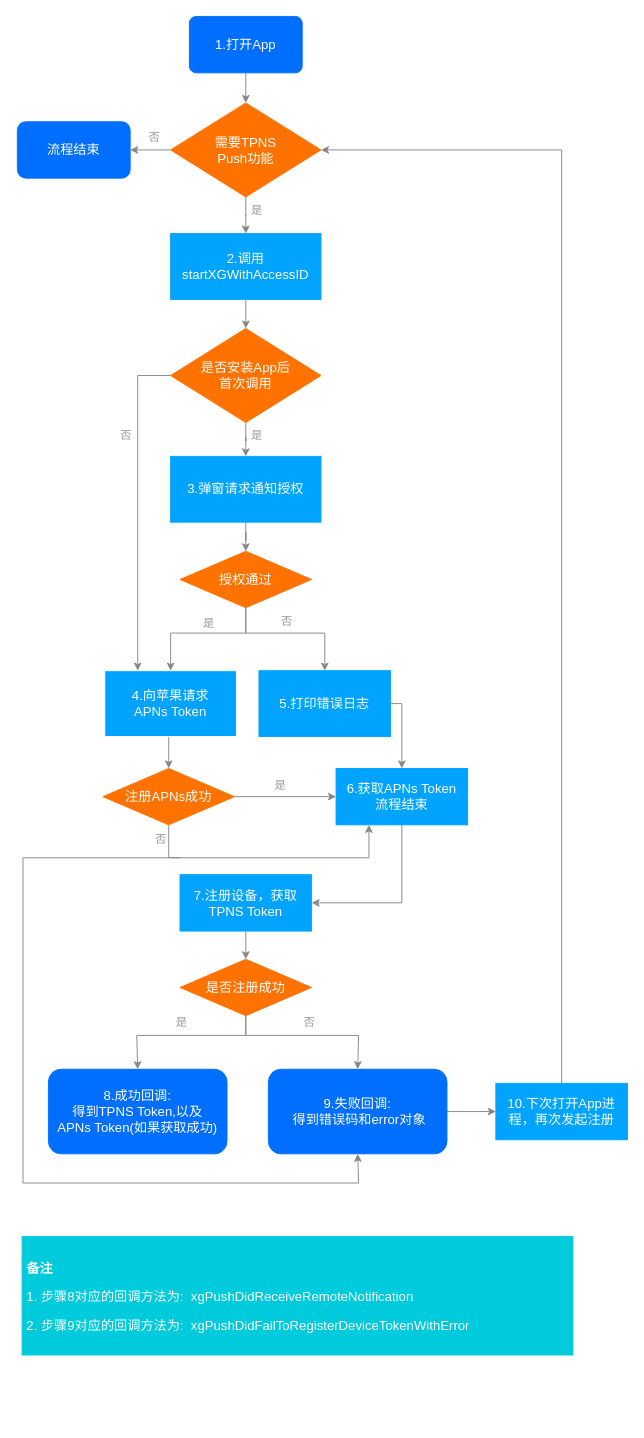
The draw.io diagram register.drawio in muyanbiao/tpnsFlowChart, before the edit. Source tidied: cells renumbered, new cells numbered last; positions are measured from the earlier drawing's top-left corner, leaving out a move shared by most shapes. Both pictures are drawn from the tidied source at 94%, with x=0, y=0 at pixel (17, 16).
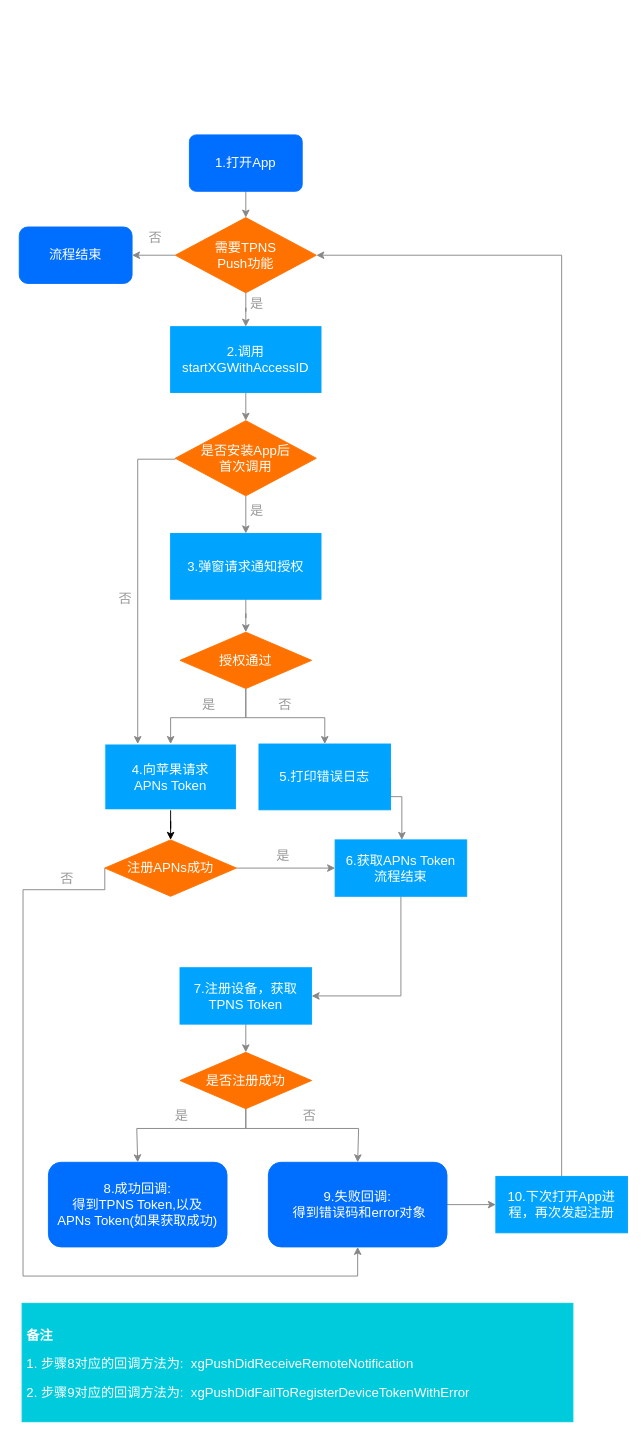
The same page after the edit.

What changed in the source:
```diff
@@
     <mxCell id="3" value="&lt;font face=&quot;helvetica&quot; style=&quot;font-size: 14px;&quot;&gt;1.打开App&lt;/font&gt;" style="rounded=1;whiteSpace=wrap;html=1;fillColor=#006EFF;strokeColor=#006EFF;fontColor=#FFFFFF;fontSize=14;rotation=0;arcSize=12;" parent="1" vertex="1">
-      <mxGeometry x="183" width="120" height="60" as="geometry" />
+      <mxGeometry x="183" y="126" width="120" height="60" as="geometry" />
     </mxCell>
@@
     <mxCell id="5" value="&lt;font face=&quot;helvetica&quot; style=&quot;font-size: 14px;&quot;&gt;&lt;font style=&quot;font-size: 14px;&quot;&gt;2.调用startXGWithAccessID&lt;/font&gt;&lt;br style=&quot;font-size: 14px;&quot;&gt;&lt;/font&gt;" style="rounded=0;whiteSpace=wrap;html=1;fillColor=#00A4FF;strokeColor=#00A4FF;fontColor=#FFFFFF;fontSize=14;" parent="1" vertex="1">
-      <mxGeometry x="163" y="231" width="160" height="70" as="geometry" />
+      <mxGeometry x="163" y="330" width="160" height="70" as="geometry" />
     </mxCell>
-    <mxCell id="6" value="是" style="text;html=1;strokeColor=none;fillColor=none;align=center;verticalAlign=middle;whiteSpace=wrap;rounded=0;fontColor=#999999;" parent="1" vertex="1">
-      <mxGeometry x="243" y="195" width="24" height="24" as="geometry" />
+    <mxCell id="6" value="是" style="text;html=1;strokeColor=none;fillColor=none;align=center;verticalAlign=middle;whiteSpace=wrap;rounded=0;fontColor=#999999;fontSize=14;" parent="1" vertex="1">
+      <mxGeometry x="243" y="294" width="24" height="24" as="geometry" />
     </mxCell>
@@
     <mxCell id="8" value="需要TPNS&lt;br&gt;Push功能" style="rhombus;whiteSpace=wrap;html=1;fontColor=#FFFFFF;fillColor=#FF7200;strokeColor=#FF7200;fontSize=14;" parent="1" vertex="1">
-      <mxGeometry x="163" y="92" width="160" height="100" as="geometry" />
+      <mxGeometry x="168" y="214" width="150" height="80" as="geometry" />
     </mxCell>
@@
     <mxCell id="11" style="edgeStyle=orthogonalEdgeStyle;rounded=0;jettySize=auto;html=1;exitX=0;exitY=0.5;exitDx=0;exitDy=0;entryX=0.25;entryY=0;entryDx=0;entryDy=0;strokeColor=#878787;" parent="1" edge="1" source="12" target="20">
       <mxGeometry relative="1" as="geometry">
         <Array as="points">
-          <mxPoint x="128" y="382" />
+          <mxPoint x="128" y="471" />
         </Array>
       </mxGeometry>
     </mxCell>
     <mxCell id="12" value="是否安装App后&lt;br&gt;首次调用" style="rhombus;whiteSpace=wrap;html=1;fillColor=#FF7200;strokeColor=#FF7200;fontColor=#FFFFFF;fontSize=14;" parent="1" vertex="1">
-      <mxGeometry x="163" y="332" width="160" height="100" as="geometry" />
+      <mxGeometry x="168" y="430" width="150" height="80" as="geometry" />
     </mxCell>
@@
     <mxCell id="14" value="3.弹窗请求通知授权" style="rounded=0;whiteSpace=wrap;html=1;fillColor=#00A4FF;strokeColor=#00A4FF;fontColor=#FFFFFF;fontSize=14;" parent="1" vertex="1">
-      <mxGeometry x="163" y="468" width="160" height="70" as="geometry" />
+      <mxGeometry x="163" y="550" width="160" height="70" as="geometry" />
     </mxCell>
-    <mxCell id="15" value="是" style="text;html=1;strokeColor=none;fillColor=none;align=center;verticalAlign=middle;whiteSpace=wrap;rounded=0;fontColor=#999999;" parent="1" vertex="1">
-      <mxGeometry x="243" y="434" width="24" height="24" as="geometry" />
+    <mxCell id="15" value="是" style="text;html=1;strokeColor=none;fillColor=none;align=center;verticalAlign=middle;whiteSpace=wrap;rounded=0;fontColor=#999999;fontSize=14;" parent="1" vertex="1">
+      <mxGeometry x="243" y="514" width="24" height="24" as="geometry" />
     </mxCell>
     <mxCell id="16" style="edgeStyle=orthogonalEdgeStyle;rounded=0;jettySize=auto;html=1;exitX=0.5;exitY=1;exitDx=0;exitDy=0;entryX=0.5;entryY=0;entryDx=0;entryDy=0;strokeColor=#878787;" parent="1" edge="1" source="18" target="20">
       <mxGeometry relative="1" as="geometry">
         <Array as="points">
-          <mxPoint x="243" y="656" />
-          <mxPoint x="163" y="656" />
+          <mxPoint x="243" y="746" />
+          <mxPoint x="163" y="746" />
         </Array>
       </mxGeometry>
     </mxCell>
     <mxCell id="17" style="edgeStyle=orthogonalEdgeStyle;rounded=0;jettySize=auto;html=1;exitX=0.5;exitY=1;exitDx=0;exitDy=0;entryX=0.5;entryY=0;entryDx=0;entryDy=0;strokeColor=#878787;" parent="1" edge="1" source="18" target="25">
       <mxGeometry relative="1" as="geometry">
         <Array as="points">
-          <mxPoint x="243" y="656" />
-          <mxPoint x="327" y="656" />
+          <mxPoint x="243" y="746" />
+          <mxPoint x="327" y="746" />
         </Array>
       </mxGeometry>
     </mxCell>
     <mxCell id="18" value="授权通过" style="rhombus;whiteSpace=wrap;html=1;fillColor=#FF7200;strokeColor=#FF7200;fontColor=#FFFFFF;fontSize=14;" parent="1" vertex="1">
-      <mxGeometry x="173" y="569" width="140" height="60" as="geometry" />
+      <mxGeometry x="173" y="655" width="140" height="60" as="geometry" />
     </mxCell>
-    <mxCell id="19" style="edgeStyle=orthogonalEdgeStyle;rounded=0;jettySize=auto;html=1;fontSize=14;fontColor=#FFFFFF;entryX=0.5;entryY=0;entryDx=0;entryDy=0;exitX=0.5;exitY=1;exitDx=0;exitDy=0;strokeColor=#878787;" parent="1" edge="1" source="20" target="43">
-      <mxGeometry relative="1" as="geometry">
-        <Array as="points">
-          <mxPoint x="161" y="766" />
-        </Array>
-      </mxGeometry>
+    <mxCell id="19" style="edgeStyle=orthogonalEdgeStyle;rounded=0;jettySize=auto;html=1;entryX=0.5;entryY=0;entryDx=0;entryDy=0;fontSize=14;" parent="1" edge="1" source="20" target="43">
+      <mxGeometry relative="1" as="geometry" />
     </mxCell>
     <mxCell id="20" value="4.向苹果请求&lt;br&gt;APNs Token" style="rounded=0;whiteSpace=wrap;html=1;fillColor=#00A4FF;strokeColor=#FFFFFF;fontColor=#FFFFFF;fontSize=14;" parent="1" vertex="1">
-      <mxGeometry x="93" y="696" width="140" height="70" as="geometry" />
+      <mxGeometry x="93" y="774" width="140" height="70" as="geometry" />
     </mxCell>
@@
     <mxCell id="22" value="7.注册设备，获取&lt;br&gt;TPNS Token" style="rounded=0;whiteSpace=wrap;html=1;fillColor=#00A4FF;strokeColor=#00A4FF;fontColor=#FFFFFF;fontSize=14;" parent="1" vertex="1">
-      <mxGeometry x="173" y="913" width="140" height="60" as="geometry" />
+      <mxGeometry x="173" y="1012" width="140" height="60" as="geometry" />
     </mxCell>
-    <mxCell id="23" value="是" style="text;html=1;strokeColor=none;fillColor=none;align=center;verticalAlign=middle;whiteSpace=wrap;rounded=0;fontColor=#999999;" parent="1" vertex="1">
-      <mxGeometry x="192" y="634" width="24" height="24" as="geometry" />
+    <mxCell id="23" value="是" style="text;html=1;strokeColor=none;fillColor=none;align=center;verticalAlign=middle;whiteSpace=wrap;rounded=0;fontColor=#999999;fontSize=14;" parent="1" vertex="1">
+      <mxGeometry x="192" y="720" width="24" height="24" as="geometry" />
     </mxCell>
     <mxCell id="24" style="edgeStyle=orthogonalEdgeStyle;rounded=0;jettySize=auto;html=1;exitX=1;exitY=0.5;exitDx=0;exitDy=0;strokeColor=#878787;" parent="1" edge="1" source="25" target="47">
       <mxGeometry relative="1" as="geometry">
         <Array as="points">
-          <mxPoint x="409" y="731" />
+          <mxPoint x="409" y="830" />
         </Array>
       </mxGeometry>
     </mxCell>
     <mxCell id="25" value="5.打印错误日志" style="rounded=0;whiteSpace=wrap;html=1;fillColor=#00A4FF;strokeColor=#00A4FF;fontColor=#FFFFFF;fontSize=14;" parent="1" vertex="1">
-      <mxGeometry x="257" y="696" width="140" height="70" as="geometry" />
+      <mxGeometry x="257" y="774" width="140" height="70" as="geometry" />
     </mxCell>
-    <mxCell id="26" value="否" style="text;html=1;strokeColor=none;fillColor=none;align=center;verticalAlign=middle;whiteSpace=wrap;rounded=0;fontColor=#999999;" parent="1" vertex="1">
-      <mxGeometry x="275" y="632" width="24" height="24" as="geometry" />
+    <mxCell id="26" value="否" style="text;html=1;strokeColor=none;fillColor=none;align=center;verticalAlign=middle;whiteSpace=wrap;rounded=0;fontColor=#999999;fontSize=14;" parent="1" vertex="1">
+      <mxGeometry x="273" y="720" width="24" height="24" as="geometry" />
     </mxCell>
-    <mxCell id="27" value="否" style="text;html=1;strokeColor=none;fillColor=none;align=center;verticalAlign=middle;whiteSpace=wrap;rounded=0;fontColor=#999999;" parent="1" vertex="1">
-      <mxGeometry x="104" y="434" width="24" height="24" as="geometry" />
+    <mxCell id="27" value="否" style="text;html=1;strokeColor=none;fillColor=none;align=center;verticalAlign=middle;whiteSpace=wrap;rounded=0;fontColor=#999999;fontSize=14;" parent="1" vertex="1">
+      <mxGeometry x="103" y="608" width="24" height="24" as="geometry" />
     </mxCell>
     <mxCell id="28" style="edgeStyle=orthogonalEdgeStyle;rounded=0;jettySize=auto;html=1;exitX=0.5;exitY=1;exitDx=0;exitDy=0;entryX=0.5;entryY=0;entryDx=0;entryDy=0;strokeColor=#878787;" parent="1" edge="1" source="30" target="31">
       <mxGeometry relative="1" as="geometry">
         <Array as="points">
-          <mxPoint x="243" y="1084" />
-          <mxPoint x="127" y="1084" />
+          <mxPoint x="243" y="1183" />
+          <mxPoint x="127" y="1183" />
         </Array>
       </mxGeometry>
     </mxCell>
     <mxCell id="29" style="edgeStyle=orthogonalEdgeStyle;rounded=0;jettySize=auto;html=1;exitX=0.5;exitY=1;exitDx=0;exitDy=0;entryX=0.5;entryY=0;entryDx=0;entryDy=0;strokeColor=#878787;" parent="1" edge="1" source="30" target="33">
       <mxGeometry relative="1" as="geometry">
         <Array as="points">
-          <mxPoint x="243" y="1084" />
-          <mxPoint x="363" y="1084" />
+          <mxPoint x="243" y="1183" />
+          <mxPoint x="363" y="1183" />
         </Array>
       </mxGeometry>
     </mxCell>
     <mxCell id="30" value="是否注册成功" style="rhombus;whiteSpace=wrap;html=1;fillColor=#FF7200;strokeColor=#FF7200;fontColor=#FFFFFF;fontSize=14;" parent="1" vertex="1">
-      <mxGeometry x="173" y="1003" width="140" height="60" as="geometry" />
+      <mxGeometry x="173" y="1102" width="140" height="60" as="geometry" />
     </mxCell>
     <mxCell id="31" value="&lt;font style=&quot;font-size: 14px&quot;&gt;8.成功回调: &lt;br style=&quot;font-size: 14px&quot;&gt;得到TPNS Token,以及&lt;br&gt;APNs Token(如果获取成功)&lt;/font&gt;" style="rounded=1;whiteSpace=wrap;html=1;fontColor=#FFFFFF;fillColor=#006EFF;strokeColor=#006EFF;fontSize=14;" parent="1" vertex="1">
-      <mxGeometry x="33" y="1120" width="190" height="90" as="geometry" />
+      <mxGeometry x="33" y="1219" width="190" height="90" as="geometry" />
     </mxCell>
@@
     <mxCell id="33" value="&lt;font style=&quot;font-size: 14px;&quot;&gt;9.失败回调:&lt;br style=&quot;font-size: 14px;&quot;&gt;&amp;nbsp;得到错误码和error对象&lt;/font&gt;" style="rounded=1;whiteSpace=wrap;html=1;fontColor=#FFFFFF;fillColor=#006EFF;strokeColor=#006EFF;fontSize=14;horizontal=1;verticalAlign=middle;" parent="1" vertex="1">
-      <mxGeometry x="267" y="1120" width="190" height="90" as="geometry" />
+      <mxGeometry x="267" y="1219" width="190" height="90" as="geometry" />
     </mxCell>
@@
     <mxCell id="35" value="10.下次打开App进&lt;br&gt;程，再次发起注册" style="rounded=0;whiteSpace=wrap;html=1;fontColor=#FFFFFF;fillColor=#00A4FF;strokeColor=#00A4FF;fontSize=14;" parent="1" vertex="1">
-      <mxGeometry x="509" y="1135" width="140" height="60" as="geometry" />
+      <mxGeometry x="509" y="1234" width="140" height="60" as="geometry" />
     </mxCell>
     <mxCell id="36" value="&lt;font face=&quot;helvetica&quot; style=&quot;font-size: 14px;&quot;&gt;流程结束&lt;br style=&quot;font-size: 14px;&quot;&gt;&lt;/font&gt;" style="rounded=1;whiteSpace=wrap;html=1;fillColor=#006EFF;strokeColor=#006EFF;fontColor=#FFFFFF;fontSize=14;" parent="1" vertex="1">
-      <mxGeometry y="112" width="120" height="60" as="geometry" />
+      <mxGeometry x="2" y="224" width="120" height="60" as="geometry" />
     </mxCell>
-    <mxCell id="37" value="否" style="text;html=1;strokeColor=none;fillColor=none;align=center;verticalAlign=middle;whiteSpace=wrap;rounded=0;fontColor=#999999;" parent="1" vertex="1">
-      <mxGeometry x="134" y="117" width="24" height="24" as="geometry" />
+    <mxCell id="37" value="否" style="text;html=1;strokeColor=none;fillColor=none;align=center;verticalAlign=middle;whiteSpace=wrap;rounded=0;fontColor=#999999;fontSize=14;" parent="1" vertex="1">
+      <mxGeometry x="135" y="223" width="24" height="24" as="geometry" />
     </mxCell>
-    <mxCell id="38" value="是" style="text;html=1;strokeColor=none;fillColor=none;align=center;verticalAlign=middle;whiteSpace=wrap;rounded=0;fontColor=#999999;" parent="1" vertex="1">
-      <mxGeometry x="163" y="1059" width="24" height="24" as="geometry" />
+    <mxCell id="38" value="是" style="text;html=1;strokeColor=none;fillColor=none;align=center;verticalAlign=middle;whiteSpace=wrap;rounded=0;fontColor=#999999;fontSize=14;" parent="1" vertex="1">
+      <mxGeometry x="163" y="1158" width="24" height="24" as="geometry" />
     </mxCell>
-    <mxCell id="39" value="否" style="text;html=1;strokeColor=none;fillColor=none;align=center;verticalAlign=middle;whiteSpace=wrap;rounded=0;fontColor=#999999;" parent="1" vertex="1">
-      <mxGeometry x="299" y="1059" width="24" height="24" as="geometry" />
+    <mxCell id="39" value="否" style="text;html=1;strokeColor=none;fillColor=none;align=center;verticalAlign=middle;whiteSpace=wrap;rounded=0;fontColor=#999999;fontSize=14;" parent="1" vertex="1">
+      <mxGeometry x="299" y="1158" width="24" height="24" as="geometry" />
     </mxCell>
-    <mxCell id="40" style="edgeStyle=orthogonalEdgeStyle;rounded=0;jettySize=auto;html=1;entryX=0.5;entryY=1;entryDx=0;entryDy=0;strokeColor=#878787;" parent="1" edge="1" target="33">
+    <mxCell id="40" style="edgeStyle=orthogonalEdgeStyle;rounded=0;jettySize=auto;html=1;entryX=0.5;entryY=1;entryDx=0;entryDy=0;strokeColor=#878787;exitX=0;exitY=0.5;exitDx=0;exitDy=0;" parent="1" edge="1" source="43" target="33">
       <mxGeometry relative="1" as="geometry">
-        <mxPoint x="173" y="895" as="sourcePoint" />
         <Array as="points">
-          <mxPoint x="6" y="895" />
-          <mxPoint x="6" y="1241" />
-          <mxPoint x="363" y="1241" />
+          <mxPoint x="6" y="929" />
+          <mxPoint x="6" y="1340" />
+          <mxPoint x="362" y="1340" />
         </Array>
       </mxGeometry>
     </mxCell>
-    <mxCell id="41" style="edgeStyle=orthogonalEdgeStyle;rounded=0;jettySize=auto;html=1;exitX=0.5;exitY=1;exitDx=0;exitDy=0;entryX=0.25;entryY=1;entryDx=0;entryDy=0;strokeColor=#878787;" parent="1" edge="1" source="43" target="47">
-      <mxGeometry relative="1" as="geometry">
-        <Array as="points">
-          <mxPoint x="161" y="895" />
-          <mxPoint x="374" y="895" />
-        </Array>
-      </mxGeometry>
-    </mxCell>
@@
     <mxCell id="43" value="注册APNs成功" style="rhombus;whiteSpace=wrap;html=1;fillColor=#FF7200;strokeColor=#FF7200;fontColor=#FFFFFF;fontSize=14;" parent="1" vertex="1">
-      <mxGeometry x="91" y="800" width="140" height="60" as="geometry" />
+      <mxGeometry x="93" y="876" width="140" height="60" as="geometry" />
     </mxCell>
-    <mxCell id="44" value="否" style="text;html=1;strokeColor=none;fillColor=none;align=center;verticalAlign=middle;whiteSpace=wrap;rounded=0;fontColor=#999999;" parent="1" vertex="1">
-      <mxGeometry x="141" y="864" width="24" height="24" as="geometry" />
+    <mxCell id="44" value="否" style="text;html=1;strokeColor=none;fillColor=none;align=center;verticalAlign=middle;whiteSpace=wrap;rounded=0;fontColor=#999999;fontSize=14;" parent="1" vertex="1">
+      <mxGeometry x="41" y="905" width="24" height="24" as="geometry" />
     </mxCell>
-    <mxCell id="45" value="是" style="text;html=1;strokeColor=none;fillColor=none;align=center;verticalAlign=middle;whiteSpace=wrap;rounded=0;fontColor=#999999;" parent="1" vertex="1">
-      <mxGeometry x="268" y="806" width="24" height="24" as="geometry" />
+    <mxCell id="45" value="是" style="text;html=1;strokeColor=none;fillColor=none;align=center;verticalAlign=middle;whiteSpace=wrap;rounded=0;fontColor=#999999;fontSize=14;" parent="1" vertex="1">
+      <mxGeometry x="271" y="881" width="24" height="24" as="geometry" />
     </mxCell>
@@
     <mxCell id="47" value="6.获取APNs Token&lt;br&gt;流程结束" style="rounded=0;whiteSpace=wrap;html=1;fillColor=#00A4FF;strokeColor=#00A4FF;fontColor=#FFFFFF;fontSize=14;" parent="1" vertex="1">
-      <mxGeometry x="339" y="800" width="140" height="60" as="geometry" />
+      <mxGeometry x="338" y="876" width="140" height="60" as="geometry" />
     </mxCell>
     <mxCell id="48" value="&lt;h1 style=&quot;font-size: 14px&quot;&gt;&lt;br&gt;&lt;/h1&gt;&lt;h1 style=&quot;font-size: 14px&quot;&gt;备注&lt;/h1&gt;&lt;p style=&quot;font-size: 14px&quot;&gt;1. 步骤8对应的回调方法为:&amp;nbsp;&amp;nbsp;xgPushDidReceiveRemoteNotification&lt;/p&gt;&lt;p style=&quot;font-size: 14px&quot;&gt;2. 步骤9对应的回调方法为:&amp;nbsp; xgPushDidFailToRegisterDeviceTokenWithError&lt;/p&gt;" style="text;html=1;spacing=5;spacingTop=-20;whiteSpace=wrap;overflow=hidden;rounded=0;fillColor=#00CBDC;strokeColor=#00CBDC;fontColor=#FFFFFF;fontSize=14;" parent="1" vertex="1">
-      <mxGeometry x="5" y="1298" width="586" height="126" as="geometry" />
+      <mxGeometry x="5" y="1369" width="586" height="126" as="geometry" />
     </mxCell>
```
